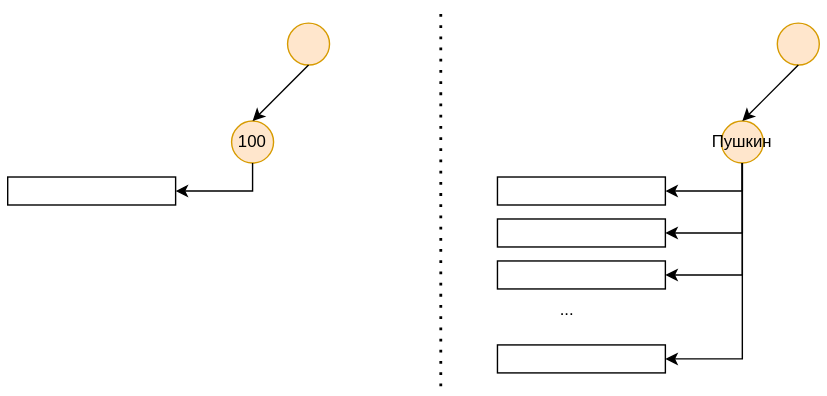
Before: database/общее/индексы/img/singe-and-many-data.drawio.svg, a diagram exported from draw.io (fullmetalprogrammist/workbook). Source tidied: cells renumbered, new cells last; positions are measured from the earlier drawing's top-left corner, leaving out a move shared by most shapes. Source of this version:
```xml
<mxGraphModel>
  <root>
    <mxCell id="0" />
    <mxCell id="1" parent="0" />
    <mxCell id="2" value="100" style="ellipse;whiteSpace=wrap;html=1;fillColor=#ffe6cc;strokeColor=#d79b00;" parent="1" vertex="1">
      <mxGeometry x="160" y="80" width="30" height="30" as="geometry" />
    </mxCell>
    <mxCell id="3" style="ellipse;whiteSpace=wrap;html=1;fillColor=#ffe6cc;strokeColor=#d79b00;" parent="1" vertex="1">
      <mxGeometry x="200" y="10" width="30" height="30" as="geometry" />
    </mxCell>
    <mxCell id="4" style="endArrow=classic;html=1;rounded=0;exitX=0.5;exitY=1;exitDx=0;exitDy=0;entryX=0.5;entryY=0;entryDx=0;entryDy=0;" parent="1" edge="1" source="3" target="2">
      <mxGeometry relative="1" as="geometry" />
    </mxCell>
    <mxCell id="5" style="rounded=0;whiteSpace=wrap;html=1;" parent="1" vertex="1">
      <mxGeometry y="120" width="120" height="20" as="geometry" />
    </mxCell>
    <mxCell id="6" style="endArrow=classic;html=1;rounded=0;exitX=0.5;exitY=1;exitDx=0;exitDy=0;entryX=1;entryY=0.5;entryDx=0;entryDy=0;" parent="1" edge="1" source="2" target="5">
      <mxGeometry relative="1" as="geometry">
        <Array as="points">
          <mxPoint x="175" y="130" />
        </Array>
      </mxGeometry>
    </mxCell>
    <mxCell id="7" style="endArrow=none;dashed=1;html=1;dashPattern=1 3;strokeWidth=2;rounded=0;" parent="1" edge="1">
      <mxGeometry relative="1" as="geometry">
        <mxPoint x="310" y="270" as="sourcePoint" />
        <mxPoint x="310" as="targetPoint" />
      </mxGeometry>
    </mxCell>
    <mxCell id="8" value="Пушкин" style="ellipse;whiteSpace=wrap;html=1;fillColor=#ffe6cc;strokeColor=#d79b00;" parent="1" vertex="1">
      <mxGeometry x="510" y="80" width="30" height="30" as="geometry" />
    </mxCell>
    <mxCell id="9" style="ellipse;whiteSpace=wrap;html=1;fillColor=#ffe6cc;strokeColor=#d79b00;" parent="1" vertex="1">
      <mxGeometry x="550" y="10" width="30" height="30" as="geometry" />
    </mxCell>
    <mxCell id="10" style="endArrow=classic;html=1;rounded=0;exitX=0.5;exitY=1;exitDx=0;exitDy=0;entryX=0.5;entryY=0;entryDx=0;entryDy=0;" parent="1" edge="1" source="9" target="8">
      <mxGeometry relative="1" as="geometry" />
    </mxCell>
    <mxCell id="11" style="rounded=0;whiteSpace=wrap;html=1;" parent="1" vertex="1">
      <mxGeometry x="350" y="120" width="120" height="20" as="geometry" />
    </mxCell>
    <mxCell id="12" style="endArrow=classic;html=1;rounded=0;exitX=0.5;exitY=1;exitDx=0;exitDy=0;entryX=1;entryY=0.5;entryDx=0;entryDy=0;" parent="1" edge="1" source="8" target="11">
      <mxGeometry relative="1" as="geometry">
        <Array as="points">
          <mxPoint x="525" y="130" />
        </Array>
      </mxGeometry>
    </mxCell>
    <mxCell id="13" style="rounded=0;whiteSpace=wrap;html=1;" parent="1" vertex="1">
      <mxGeometry x="350" y="150" width="120" height="20" as="geometry" />
    </mxCell>
    <mxCell id="14" style="rounded=0;whiteSpace=wrap;html=1;" parent="1" vertex="1">
      <mxGeometry x="350" y="180" width="120" height="20" as="geometry" />
    </mxCell>
    <mxCell id="15" style="endArrow=classic;html=1;rounded=0;exitX=0.5;exitY=1;exitDx=0;exitDy=0;entryX=1;entryY=0.5;entryDx=0;entryDy=0;" parent="1" edge="1" source="8" target="13">
      <mxGeometry relative="1" as="geometry">
        <Array as="points">
          <mxPoint x="525" y="160" />
        </Array>
      </mxGeometry>
    </mxCell>
    <mxCell id="16" style="endArrow=classic;html=1;rounded=0;exitX=0.5;exitY=1;exitDx=0;exitDy=0;entryX=1;entryY=0.5;entryDx=0;entryDy=0;" parent="1" edge="1" source="8" target="14">
      <mxGeometry relative="1" as="geometry">
        <Array as="points">
          <mxPoint x="525" y="190" />
        </Array>
      </mxGeometry>
    </mxCell>
    <mxCell id="17" value="..." style="text;html=1;whiteSpace=wrap;strokeColor=none;fillColor=none;align=center;verticalAlign=middle;rounded=0;" parent="1" vertex="1">
      <mxGeometry x="370" y="200" width="60" height="30" as="geometry" />
    </mxCell>
    <mxCell id="18" style="rounded=0;whiteSpace=wrap;html=1;" parent="1" vertex="1">
      <mxGeometry x="350" y="240" width="120" height="20" as="geometry" />
    </mxCell>
    <mxCell id="19" style="endArrow=classic;html=1;rounded=0;exitX=0.5;exitY=1;exitDx=0;exitDy=0;entryX=1;entryY=0.5;entryDx=0;entryDy=0;" parent="1" edge="1" source="8" target="18">
      <mxGeometry relative="1" as="geometry">
        <Array as="points">
          <mxPoint x="525" y="250" />
        </Array>
      </mxGeometry>
    </mxCell>
  </root>
</mxGraphModel>
```
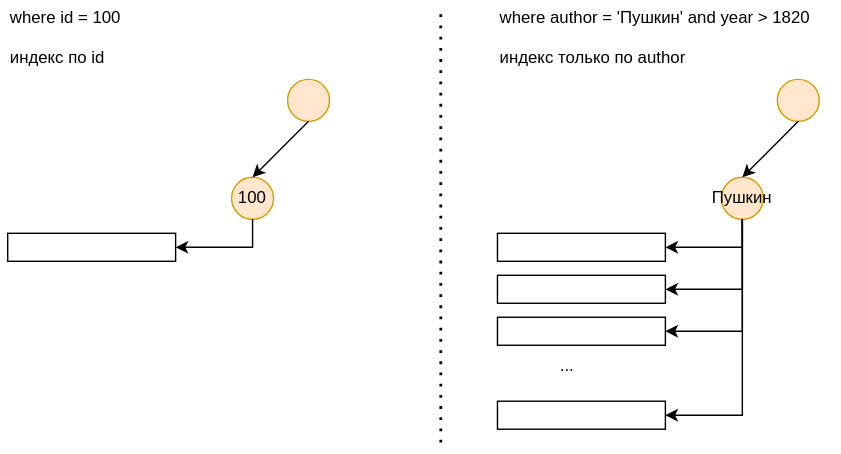
Above is the later version.

The edit, as a diff of the source:
```diff
@@ -21,12 +21,12 @@
         </Array>
       </mxGeometry>
     </mxCell>
-    <mxCell id="7" style="endArrow=none;dashed=1;html=1;dashPattern=1 3;strokeWidth=2;rounded=0;" parent="1" edge="1">
-      <mxGeometry relative="1" as="geometry">
-        <mxPoint x="310" y="270" as="sourcePoint" />
-        <mxPoint x="310" as="targetPoint" />
-      </mxGeometry>
-    </mxCell>
+    <mxCell id="20" style="endArrow=none;dashed=1;html=1;dashPattern=1 3;strokeWidth=2;rounded=0;" parent="1" edge="1">
+      <mxGeometry relative="1" as="geometry">
+        <mxPoint x="310" y="270" as="sourcePoint" />
+        <mxPoint x="310" y="-40" as="targetPoint" />
+      </mxGeometry>
+    </mxCell>
     <mxCell id="8" value="Пушкин" style="ellipse;whiteSpace=wrap;html=1;fillColor=#ffe6cc;strokeColor=#d79b00;" parent="1" vertex="1">
       <mxGeometry x="510" y="80" width="30" height="30" as="geometry" />
     </mxCell>
@@ -79,5 +79,11 @@
         </Array>
       </mxGeometry>
     </mxCell>
+    <mxCell id="21" value="where id = 100&lt;div&gt;&lt;br&gt;&lt;/div&gt;&lt;div&gt;индекс по id&lt;/div&gt;" style="text;html=1;whiteSpace=wrap;strokeColor=none;fillColor=none;align=left;verticalAlign=middle;rounded=0;fontStyle=0;" parent="1" vertex="1">
+      <mxGeometry y="-40" width="280" height="40" as="geometry" />
+    </mxCell>
+    <mxCell id="22" value="where author = 'Пушкин' and year &amp;gt; 1820&lt;div&gt;&lt;br&gt;&lt;/div&gt;&lt;div&gt;индекс только по author&lt;/div&gt;" style="text;html=1;whiteSpace=wrap;strokeColor=none;fillColor=none;align=left;verticalAlign=middle;rounded=0;fontStyle=0;" parent="1" vertex="1">
+      <mxGeometry x="350" y="-40" width="240" height="40" as="geometry" />
+    </mxCell>
   </root>
 </mxGraphModel>
```
